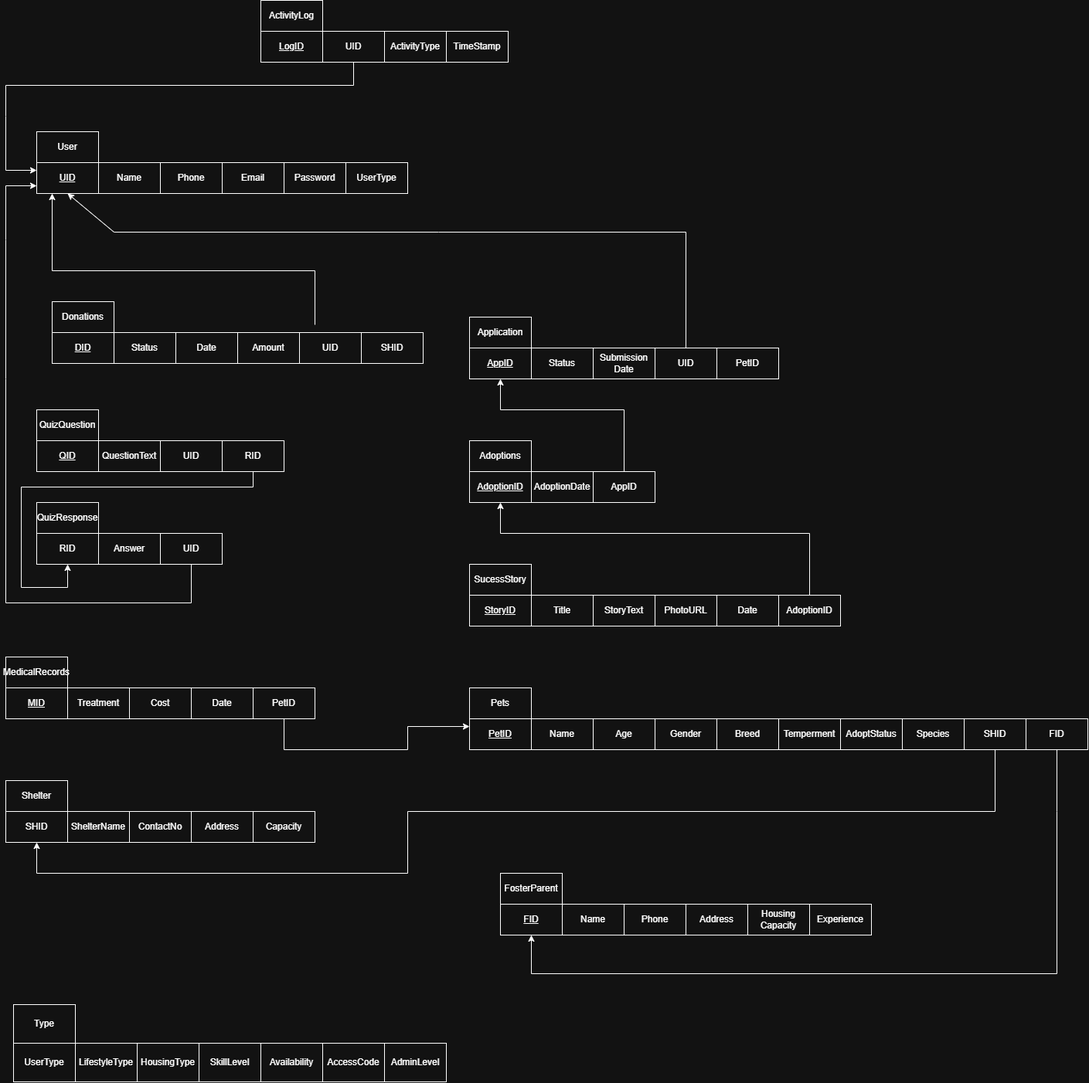
Above: docs/images/normalized-schema-diagram.drawio.png in sakibhossain0/pet-adoption-management-system (draw.io), before the change. Source tidied: cells renumbered, new cells last; positions are measured from the earlier drawing's top-left corner, leaving out a move shared by most shapes.
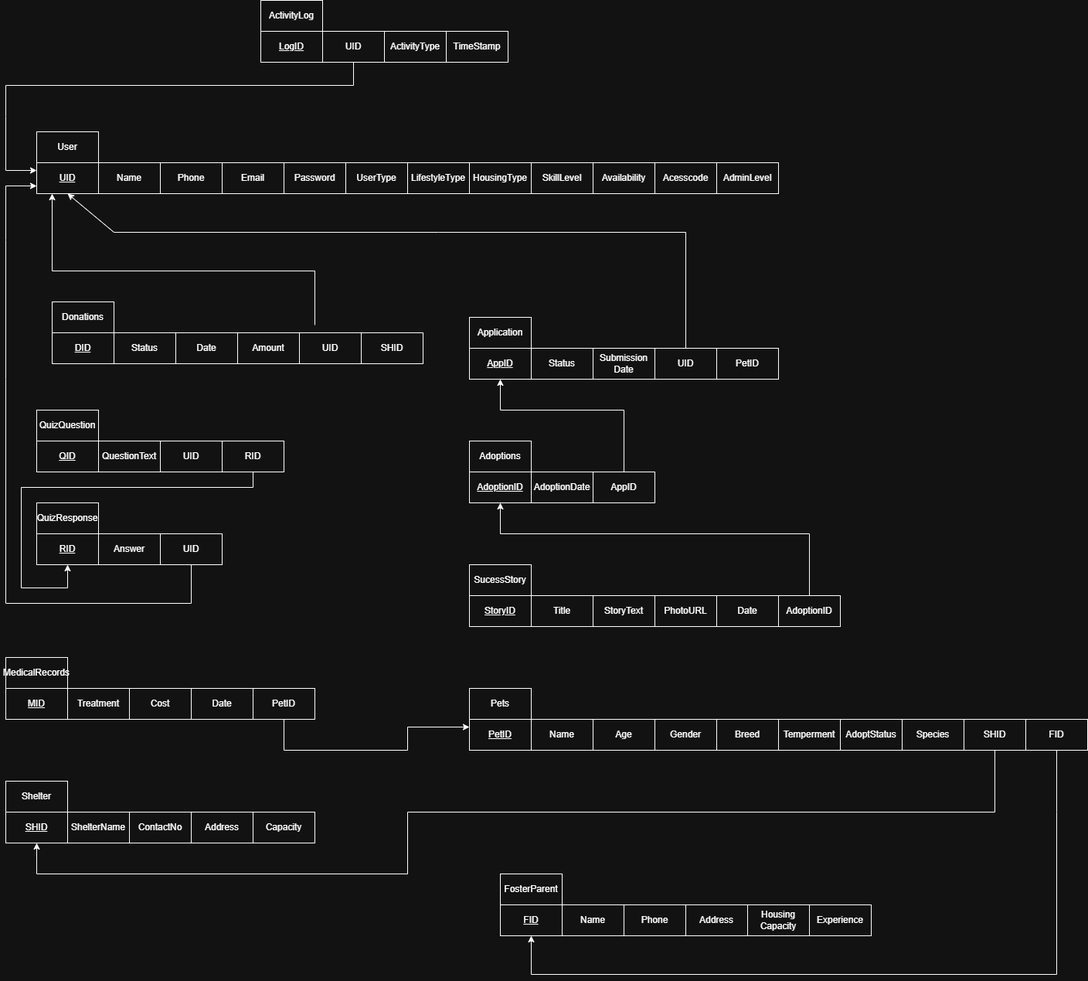
Later version of the same file.

The edit, as a diff of the source:
```diff
@@ -21,7 +21,7 @@
       <mxGeometry x="280" y="210" width="80" height="40" as="geometry" />
     </mxCell>
     <mxCell id="8" style="rounded=0;whiteSpace=wrap;html=1;" parent="1" vertex="1">
-      <mxGeometry x="360" y="210" width="160" height="40" as="geometry" />
+      <mxGeometry x="360" y="210" width="630" height="40" as="geometry" />
     </mxCell>
     <mxCell id="9" style="rounded=0;whiteSpace=wrap;html=1;" parent="1" vertex="1">
       <mxGeometry x="40" y="570" width="320" height="40" as="geometry" />
@@ -114,7 +114,7 @@
     <mxCell id="32" value="QuizResponse" style="rounded=0;whiteSpace=wrap;html=1;" parent="1" vertex="1">
       <mxGeometry x="40" y="650" width="80" height="40" as="geometry" />
     </mxCell>
-    <mxCell id="33" value="RID" style="rounded=0;whiteSpace=wrap;html=1;" parent="1" vertex="1">
+    <mxCell id="33" value="&lt;u&gt;RID&lt;/u&gt;" style="rounded=0;whiteSpace=wrap;html=1;" parent="1" vertex="1">
       <mxGeometry x="40" y="690" width="80" height="40" as="geometry" />
     </mxCell>
     <mxCell id="34" value="Answer" style="rounded=0;whiteSpace=wrap;html=1;" parent="1" vertex="1">
@@ -265,7 +265,7 @@
     <mxCell id="74" value="Shelter" style="rounded=0;whiteSpace=wrap;html=1;" parent="1" vertex="1">
       <mxGeometry y="1010" width="80" height="40" as="geometry" />
     </mxCell>
-    <mxCell id="75" value="SHID" style="rounded=0;whiteSpace=wrap;html=1;" parent="1" vertex="1">
+    <mxCell id="75" value="&lt;u&gt;SHID&lt;/u&gt;" style="rounded=0;whiteSpace=wrap;html=1;" parent="1" vertex="1">
       <mxGeometry y="1050" width="80" height="40" as="geometry" />
     </mxCell>
     <mxCell id="76" value="ShelterName" style="rounded=0;whiteSpace=wrap;html=1;" parent="1" vertex="1">
@@ -332,33 +332,6 @@
     <mxCell id="90" value="Experience" style="rounded=0;whiteSpace=wrap;html=1;" parent="1" vertex="1">
       <mxGeometry x="1040" y="1170" width="80" height="40" as="geometry" />
     </mxCell>
-    <mxCell id="91" style="rounded=0;whiteSpace=wrap;html=1;" parent="1" vertex="1">
-      <mxGeometry x="10" y="1350" width="560" height="50" as="geometry" />
-    </mxCell>
-    <mxCell id="92" value="UserType" style="rounded=0;whiteSpace=wrap;html=1;" parent="1" vertex="1">
-      <mxGeometry x="10" y="1350" width="80" height="50" as="geometry" />
-    </mxCell>
-    <mxCell id="93" value="LifestyleType" style="rounded=0;whiteSpace=wrap;html=1;" parent="1" vertex="1">
-      <mxGeometry x="90" y="1350" width="80" height="50" as="geometry" />
-    </mxCell>
-    <mxCell id="94" value="HousingType" style="rounded=0;whiteSpace=wrap;html=1;" parent="1" vertex="1">
-      <mxGeometry x="170" y="1350" width="80" height="50" as="geometry" />
-    </mxCell>
-    <mxCell id="95" value="SkillLevel" style="rounded=0;whiteSpace=wrap;html=1;" parent="1" vertex="1">
-      <mxGeometry x="250" y="1350" width="80" height="50" as="geometry" />
-    </mxCell>
-    <mxCell id="96" value="Type" style="rounded=0;whiteSpace=wrap;html=1;" parent="1" vertex="1">
-      <mxGeometry x="10" y="1300" width="80" height="50" as="geometry" />
-    </mxCell>
-    <mxCell id="97" value="Availability" style="rounded=0;whiteSpace=wrap;html=1;" parent="1" vertex="1">
-      <mxGeometry x="330" y="1350" width="80" height="50" as="geometry" />
-    </mxCell>
-    <mxCell id="98" value="AccessCode" style="rounded=0;whiteSpace=wrap;html=1;" parent="1" vertex="1">
-      <mxGeometry x="410" y="1350" width="80" height="50" as="geometry" />
-    </mxCell>
-    <mxCell id="99" value="AdminLevel" style="rounded=0;whiteSpace=wrap;html=1;" parent="1" vertex="1">
-      <mxGeometry x="490" y="1350" width="80" height="50" as="geometry" />
-    </mxCell>
     <mxCell id="100" style="rounded=0;whiteSpace=wrap;html=1;" parent="1" vertex="1">
       <mxGeometry x="60" y="430" width="480" height="40" as="geometry" />
     </mxCell>
@@ -389,5 +362,23 @@
     <mxCell id="109" value="UserType" style="rounded=0;whiteSpace=wrap;html=1;" parent="1" vertex="1">
       <mxGeometry x="440" y="210" width="80" height="40" as="geometry" />
     </mxCell>
+    <mxCell id="93" value="LifestyleType" style="rounded=0;whiteSpace=wrap;html=1;" parent="1" vertex="1">
+      <mxGeometry x="520" y="210" width="80" height="40" as="geometry" />
+    </mxCell>
+    <mxCell id="94" value="HousingType" style="rounded=0;whiteSpace=wrap;html=1;" parent="1" vertex="1">
+      <mxGeometry x="600" y="210" width="80" height="40" as="geometry" />
+    </mxCell>
+    <mxCell id="95" value="SkillLevel" style="rounded=0;whiteSpace=wrap;html=1;" parent="1" vertex="1">
+      <mxGeometry x="680" y="210" width="80" height="40" as="geometry" />
+    </mxCell>
+    <mxCell id="97" value="Availability" style="rounded=0;whiteSpace=wrap;html=1;" parent="1" vertex="1">
+      <mxGeometry x="760" y="210" width="80" height="40" as="geometry" />
+    </mxCell>
+    <mxCell id="110" value="Acesscode" style="rounded=0;whiteSpace=wrap;html=1;" parent="1" vertex="1">
+      <mxGeometry x="840" y="210" width="80" height="40" as="geometry" />
+    </mxCell>
+    <mxCell id="99" value="AdminLevel" style="rounded=0;whiteSpace=wrap;html=1;" parent="1" vertex="1">
+      <mxGeometry x="920" y="210" width="80" height="40" as="geometry" />
+    </mxCell>
   </root>
 </mxGraphModel>
```
